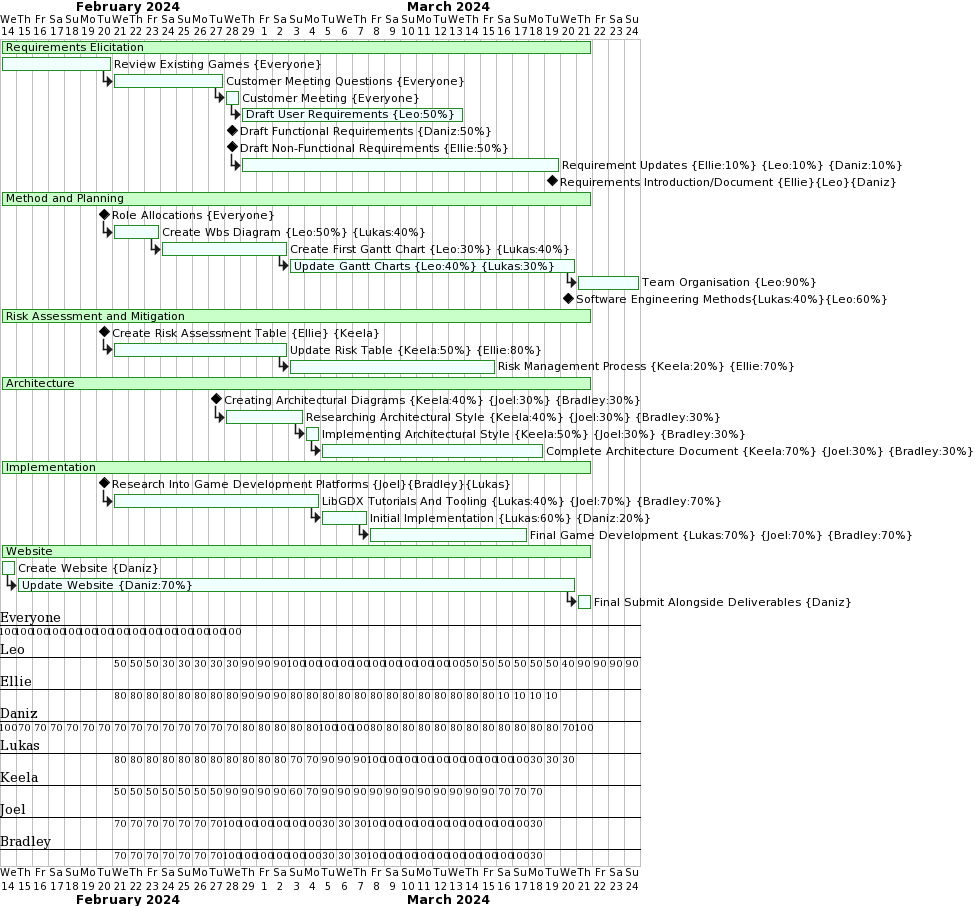
Earlier version of the PlantUML export images/g1.png (danizhajizada/team14.github.io). Its diagram source:
```plantuml
@startgantt
Project starts 2024-02-14

[Requirements Elicitation] lasts 37 days and is colored in TECHNOLOGY/ForestGreen
[Review Existing Games] on {Everyone} lasts 7 days and is colored in Azure/ForestGreen
then [Customer Meeting Questions] on {Everyone} lasts 7 days and is colored in Azure/ForestGreen
then [Customer Meeting] on {Everyone} lasts 1 day and is colored in Azure/ForestGreen
then [Draft User Requirements] on {Leo:50%} lasts 7 days and is colored in Azure/ForestGreen
[Draft Functional Requirements {Daniz:50%}] happens at [Customer Meeting]'s end
[Draft Non-Functional Requirements {Ellie:50%}] happens at [Customer Meeting]'s end
then [Requirement Updates] on {Ellie:10%} {Leo:10%} {Daniz:10%} lasts 6 days and is colored in Azure/ForestGreen
[Requirements Introduction/Document {Ellie}{Leo}{Daniz}] happens at [Requirement Updates]'s end

[Method and Planning] lasts 37 days and is colored in TECHNOLOGY/ForestGreen
[Role Allocations {Everyone}] happens at [Review Existing Games]'s end
then [Create Wbs Diagram] on {Leo:50%}{Lukas:40%} lasts 2 days and is colored in Azure/ForestGreen
then [Create First Gantt Chart] on {Leo:30%}{Lukas:40%} lasts 5 days and is colored in Azure/ForestGreen
then [Update Gantt Charts] on {Leo:40%}{Lukas:30%} lasts 12 days and is colored in Azure/ForestGreen
then [Team Organisation] on {Leo:90%} lasts 3 days and is colored in Azure/ForestGreen
[Software Engineering Methods{Lukas:40%}{Leo:60%} ] happens at [Update Gantt Charts]'s end

[Risk Assessment and Mitigation] lasts 37 days and is colored in TECHNOLOGY/ForestGreen
[Create Risk Assessment Table {Ellie} {Keela}] happens at [Review Existing Games]'s end
then [Update Risk Table] on {Keela:50%} {Ellie:80%} lasts 14 days and is colored in Azure/ForestGreen
then [Risk Management Process] on {Keela:20%} {Ellie:70%} lasts 11 days and is colored in Azure/ForestGreen

[Architecture] lasts 37 days and is colored in TECHNOLOGY/ForestGreen
[Creating Architectural Diagrams {Keela:40%} {Joel:30%} {Bradley:30%}] happens at [Customer Meeting Questions]'s end
then [Researching Architectural Style] on {Keela:40%} {Joel:30%} {Bradley:30%} lasts 5 days and is colored in Azure/ForestGreen
then [Implementing Architectural Style] on {Keela:50%} {Joel:30%} {Bradley:30%} lasts 1 day and is colored in Azure/ForestGreen
then [Complete Architecture Document] on {Keela:70%}{Joel:30%}{Bradley:30%} lasts 17 days and is colored in Azure/ForestGreen

[Implementation] lasts 37 days and is colored in TECHNOLOGY/ForestGreen
[Research Into Game Development Platforms {Joel}{Bradley}{Lukas}] happens at [Review Existing Games]'s end
then [LibGDX Tutorials And Tooling] on {Lukas:40%}{Joel:70%}{Bradley:70%} lasts 22 days and is colored in Azure/ForestGreen
then [Initial Implementation] on {Lukas:60%}{Daniz:20%} lasts 2 days and is colored in Azure/ForestGreen
then [Final Game Development] on {Lukas:70%}{Joel:70%}{Bradley:70%} lasts 20 days and is colored in Azure/ForestGreen

[Website] lasts 37 days and is colored in TECHNOLOGY/ForestGreen
[Create Website] on {Daniz} lasts 1 day and is colored in Azure/ForestGreen
then [Update Website] on {Daniz:70%} lasts 24 days and is colored in Azure/ForestGreen
then [Final Submit Alongside Deliverables] on {Daniz} lasts 1 day and is colored in Azure/ForestGreen
@endgantt
```
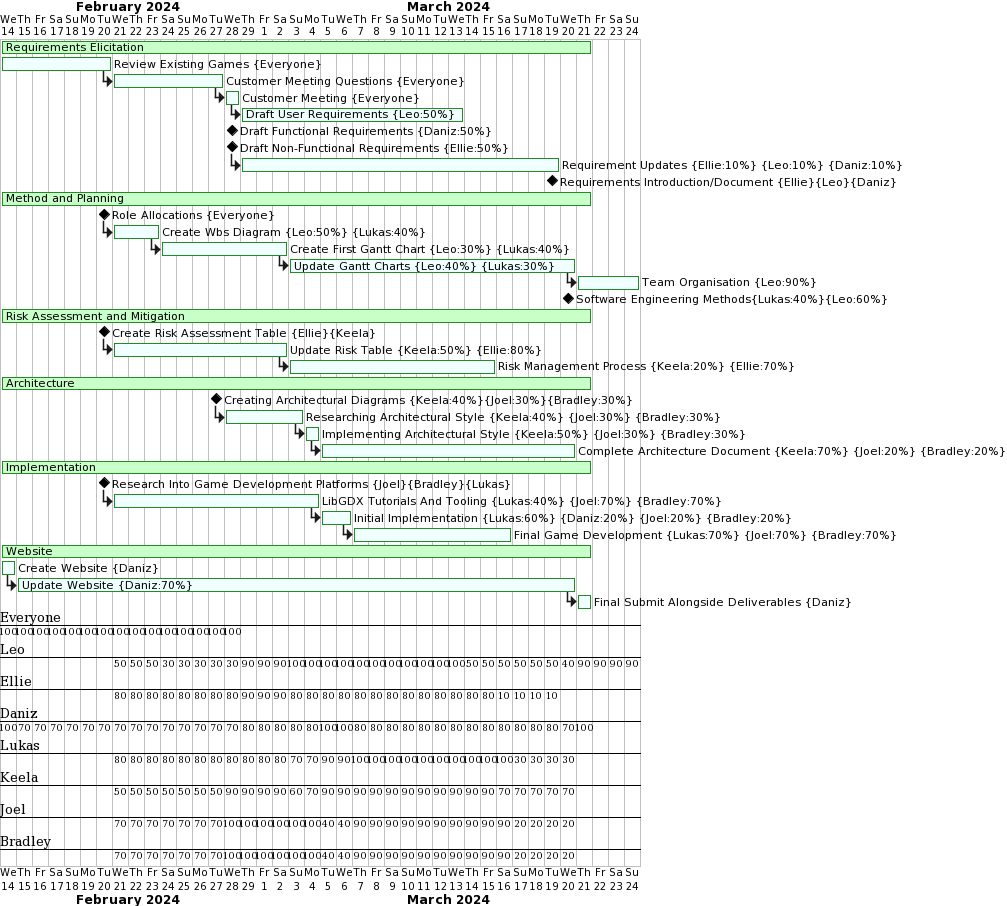
After the change.

Diff of the diagram source:
```diff
@@ -20,20 +20,20 @@
 [Software Engineering Methods{Lukas:40%}{Leo:60%} ] happens at [Update Gantt Charts]'s end
 
 [Risk Assessment and Mitigation] lasts 37 days and is colored in TECHNOLOGY/ForestGreen
-[Create Risk Assessment Table {Ellie} {Keela}] happens at [Review Existing Games]'s end
-then [Update Risk Table] on {Keela:50%} {Ellie:80%} lasts 14 days and is colored in Azure/ForestGreen
-then [Risk Management Process] on {Keela:20%} {Ellie:70%} lasts 11 days and is colored in Azure/ForestGreen
+[Create Risk Assessment Table {Ellie}{Keela}] happens at [Review Existing Games]'s end
+then [Update Risk Table] on {Keela:50%}{Ellie:80%} lasts 14 days and is colored in Azure/ForestGreen
+then [Risk Management Process] on {Keela:20%}{Ellie:70%} lasts 11 days and is colored in Azure/ForestGreen
 
 [Architecture] lasts 37 days and is colored in TECHNOLOGY/ForestGreen
-[Creating Architectural Diagrams {Keela:40%} {Joel:30%} {Bradley:30%}] happens at [Customer Meeting Questions]'s end
-then [Researching Architectural Style] on {Keela:40%} {Joel:30%} {Bradley:30%} lasts 5 days and is colored in Azure/ForestGreen
-then [Implementing Architectural Style] on {Keela:50%} {Joel:30%} {Bradley:30%} lasts 1 day and is colored in Azure/ForestGreen
-then [Complete Architecture Document] on {Keela:70%}{Joel:30%}{Bradley:30%} lasts 17 days and is colored in Azure/ForestGreen
+[Creating Architectural Diagrams {Keela:40%}{Joel:30%}{Bradley:30%}] happens at [Customer Meeting Questions]'s end
+then [Researching Architectural Style] on {Keela:40%}{Joel:30%}{Bradley:30%} lasts 5 days and is colored in Azure/ForestGreen
+then [Implementing Architectural Style] on {Keela:50%}{Joel:30%}{Bradley:30%} lasts 1 day and is colored in Azure/ForestGreen
+then [Complete Architecture Document] on {Keela:70%}{Joel:20%}{Bradley:20%} lasts 17 days and is colored in Azure/ForestGreen
 
 [Implementation] lasts 37 days and is colored in TECHNOLOGY/ForestGreen
 [Research Into Game Development Platforms {Joel}{Bradley}{Lukas}] happens at [Review Existing Games]'s end
 then [LibGDX Tutorials And Tooling] on {Lukas:40%}{Joel:70%}{Bradley:70%} lasts 22 days and is colored in Azure/ForestGreen
-then [Initial Implementation] on {Lukas:60%}{Daniz:20%} lasts 2 days and is colored in Azure/ForestGreen
+then [Initial Implementation] on {Lukas:60%}{Daniz:20%}{Joel:20%}{Bradley:20%} lasts 2 days and is colored in Azure/ForestGreen
 then [Final Game Development] on {Lukas:70%}{Joel:70%}{Bradley:70%} lasts 20 days and is colored in Azure/ForestGreen
 
 [Website] lasts 37 days and is colored in TECHNOLOGY/ForestGreen
```
